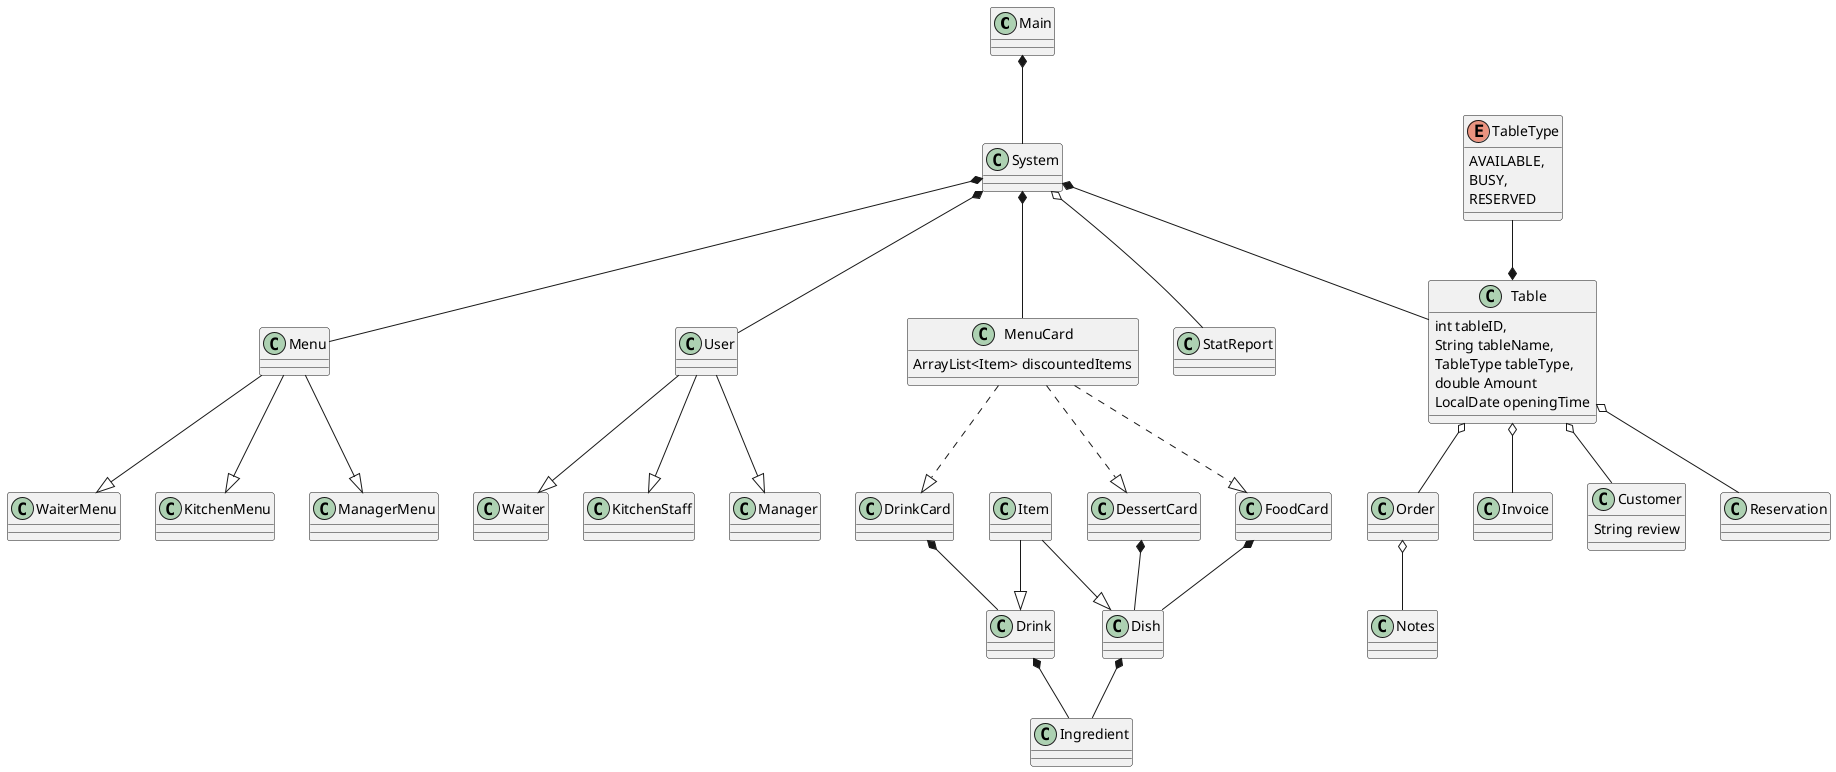
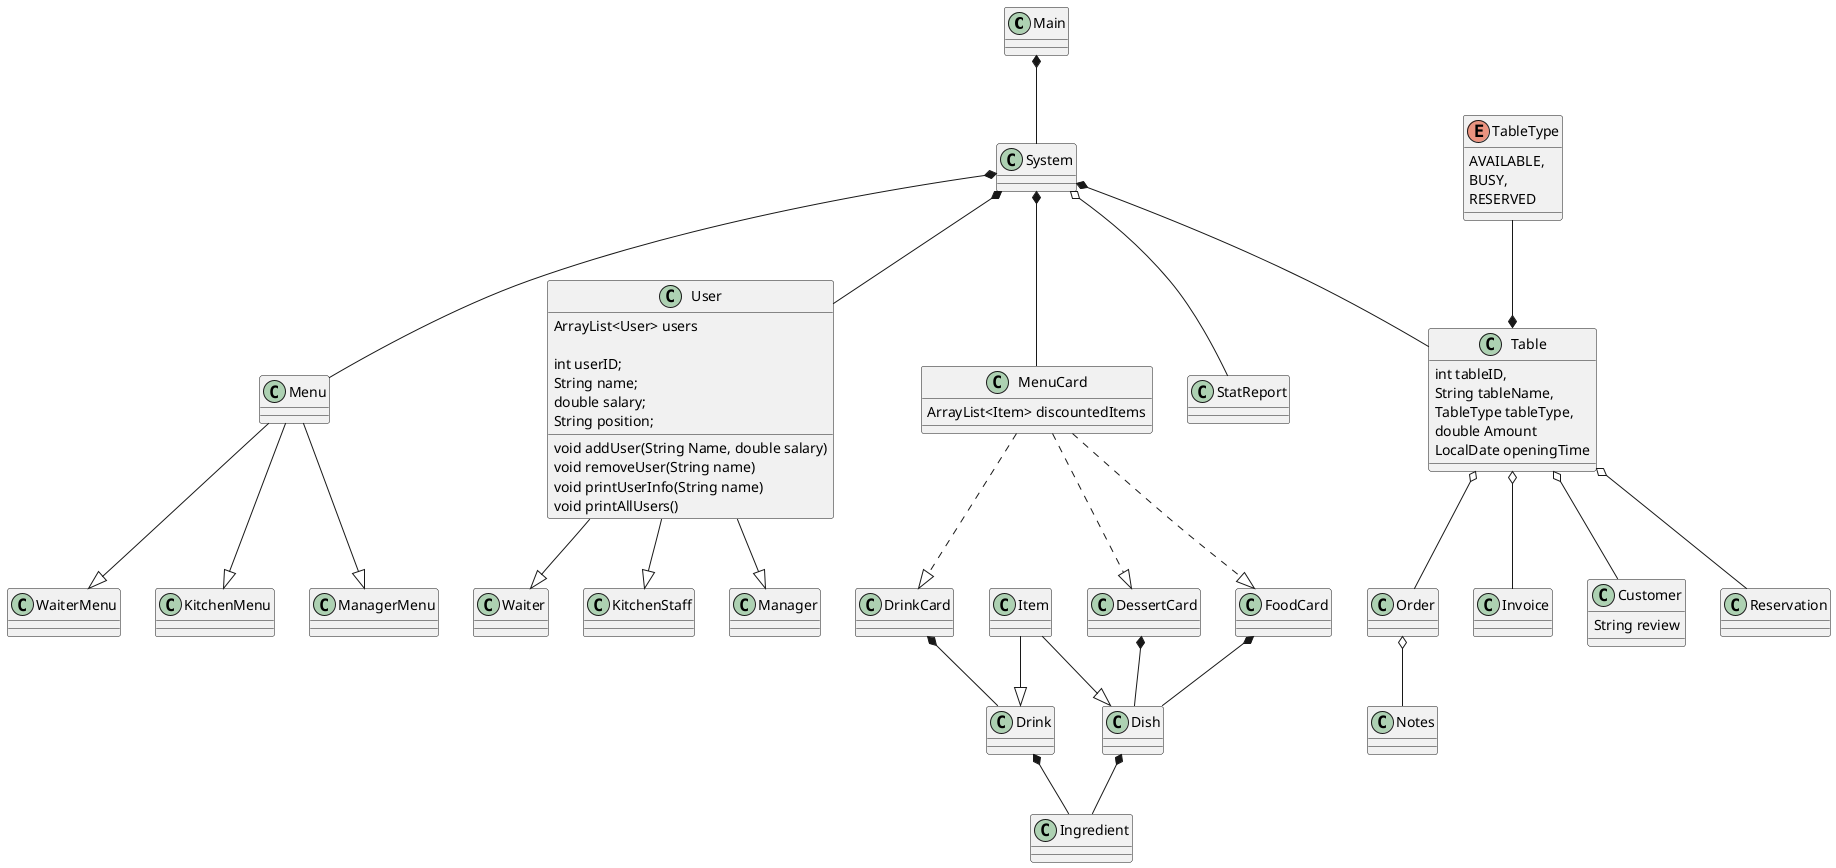
@startuml
'https://plantuml.com/class-diagram

' Del 1
- class Main
- class System
- class User
+ class Main {
+ 
+ }
+ class System {
+ 
+ }
+ class User {
+ ArrayList<User> users
+ 
+ int userID;
+ String name;
+ double salary;
+ String position;
+ 
+ void addUser(String Name, double salary)
+ void removeUser(String name)
+ void printUserInfo(String name)
+ void printAllUsers()
+ 
+ 
+ 
+ }
class KitchenStaff
class Manager
- class Waiter
+ class Waiter {
+ 
+ 
+ 
+ 
+ }

' Del 2
class Menu
class KitchenMenu
class ManagerMenu
class WaiterMenu

' Del 3
class Table {
    int tableID,
    String tableName,
    TableType tableType,
    double Amount
    LocalDate openingTime
}
enum TableType {
    AVAILABLE,
    BUSY,
    RESERVED
}
class Customer {
    String review
}
class Reservation
class Order
class Notes
class Invoice

' Del 4
class MenuCard {
    ArrayList<Item> discountedItems
}
class FoodCard
class DessertCard
class Item
class Dish
class DrinkCard
class Drink
class Ingredient
class StatReport

Main *-- System
System *-- User
User --|> KitchenStaff
User --|> Manager
User --|> Waiter
System *-- Menu
Menu --|> KitchenMenu
Menu --|> ManagerMenu
Menu --|> WaiterMenu
System *-- MenuCard
System *-- Table
TableType --* Table
Table o-- Order
Order o-- Notes
Table o-- Customer
Table o-- Invoice
Table o-- Reservation
System o-- StatReport
MenuCard ..|> FoodCard
FoodCard *-- Dish
MenuCard ..|> DessertCard
DessertCard *-- Dish
MenuCard ..|> DrinkCard
DrinkCard *-- Drink
Item --|> Dish
Item --|> Drink
Dish *-- Ingredient
Drink *-- Ingredient

@enduml